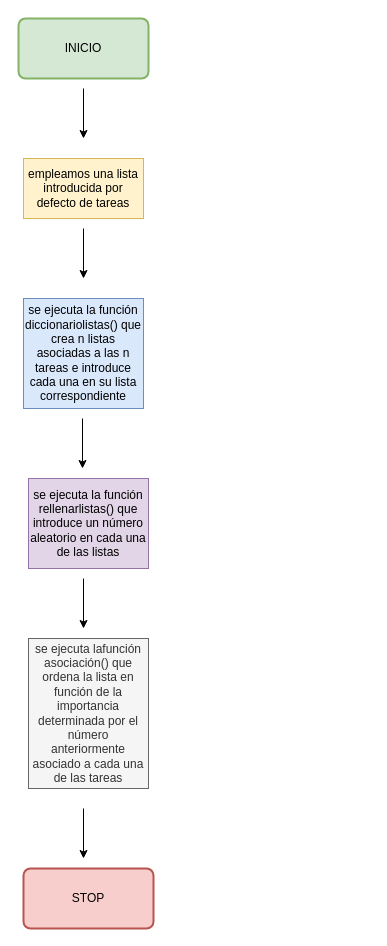
Earlier version of the draw.io diagram flowcharts/Ejer2Flowchart.drawio (jmedina28/EjerciciosOrdenar). Source tidied: cells renumbered, new cells numbered last; positions are measured from the earlier drawing's top-left corner, leaving out a move shared by most shapes. Both pictures are drawn from the tidied source at 100%, with x=0, y=0 at pixel (18, 18).
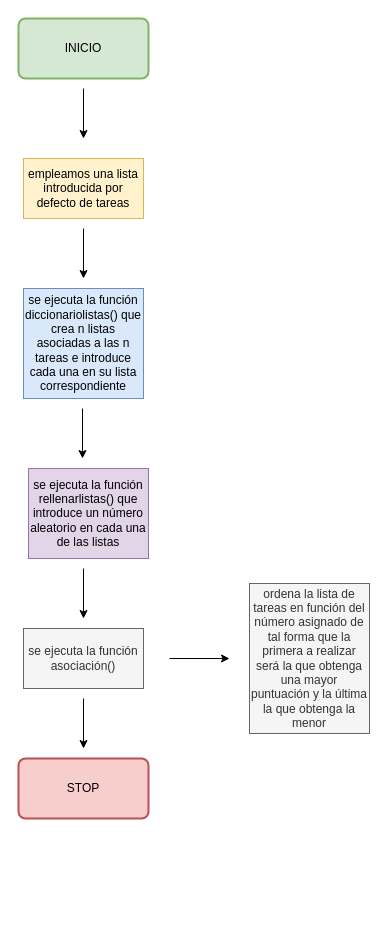
The same page after the edit.

The edit, as a diff of the source:
```diff
@@
     <mxCell id="6" style="endArrow=classic;html=1;rounded=0;" parent="1" edge="1">
       <mxGeometry relative="1" as="geometry">
-        <mxPoint x="64" y="400" as="sourcePoint" />
-        <mxPoint x="64" y="450" as="targetPoint" />
+        <mxPoint x="64" y="390" as="sourcePoint" />
+        <mxPoint x="64" y="440" as="targetPoint" />
       </mxGeometry>
     </mxCell>
     <mxCell id="7" value="se ejecuta la función diccionariolistas() que crea n listas asociadas a las n tareas e introduce cada una en su lista correspondiente" style="rounded=0;whiteSpace=wrap;html=1;fillColor=#dae8fc;strokeColor=#6c8ebf;" parent="1" vertex="1">
-      <mxGeometry x="5" y="280" width="120" height="110" as="geometry" />
+      <mxGeometry x="5" y="270" width="120" height="110" as="geometry" />
     </mxCell>
     <mxCell id="8" value="se ejecuta la función rellenarlistas() que introduce un número aleatorio en cada una de las listas" style="rounded=0;whiteSpace=wrap;html=1;fillColor=#e1d5e7;strokeColor=#9673a6;" parent="1" vertex="1">
-      <mxGeometry x="10" y="460" width="120" height="90" as="geometry" />
+      <mxGeometry x="10" y="450" width="120" height="90" as="geometry" />
     </mxCell>
     <mxCell id="9" value="STOP" style="rounded=1;whiteSpace=wrap;html=1;absoluteArcSize=1;arcSize=14;strokeWidth=2;fillColor=#f8cecc;strokeColor=#b85450;" parent="1" vertex="1">
-      <mxGeometry x="5" y="850" width="130" height="60" as="geometry" />
+      <mxGeometry y="740" width="130" height="60" as="geometry" />
     </mxCell>
     <mxCell id="10" style="endArrow=classic;html=1;rounded=0;" parent="1" edge="1">
       <mxGeometry relative="1" as="geometry">
-        <mxPoint x="65" y="560" as="sourcePoint" />
-        <mxPoint x="65" y="610" as="targetPoint" />
+        <mxPoint x="65" y="550" as="sourcePoint" />
+        <mxPoint x="65" y="600" as="targetPoint" />
       </mxGeometry>
     </mxCell>
-    <mxCell id="11" value="se ejecuta lafunción asociación() que ordena la lista en función de la importancia determinada por el número anteriormente asociado a cada una de las tareas" style="rounded=0;whiteSpace=wrap;html=1;fillColor=#f5f5f5;strokeColor=#666666;fontColor=#333333;" parent="1" vertex="1">
-      <mxGeometry x="10" y="620" width="120" height="150" as="geometry" />
+    <mxCell id="11" value="se ejecuta la función asociación()" style="rounded=0;whiteSpace=wrap;html=1;fillColor=#f5f5f5;strokeColor=#666666;fontColor=#333333;" parent="1" vertex="1">
+      <mxGeometry x="5" y="610" width="120" height="60" as="geometry" />
     </mxCell>
     <mxCell id="12" style="endArrow=classic;html=1;rounded=0;" parent="1" edge="1">
       <mxGeometry relative="1" as="geometry">
-        <mxPoint x="65" y="790" as="sourcePoint" />
-        <mxPoint x="65" y="840" as="targetPoint" />
+        <mxPoint x="65" y="680" as="sourcePoint" />
+        <mxPoint x="65" y="730" as="targetPoint" />
       </mxGeometry>
     </mxCell>
+    <mxCell id="13" value="ordena la lista de tareas en función del número asignado de tal forma que la primera a realizar será la que obtenga una mayor puntuación y la última la que obtenga la menor" style="rounded=0;whiteSpace=wrap;html=1;fillColor=#f5f5f5;strokeColor=#666666;fontColor=#333333;" parent="1" vertex="1">
+      <mxGeometry x="231" y="565" width="120" height="150" as="geometry" />
+    </mxCell>
+    <mxCell id="14" style="endArrow=classic;html=1;rounded=0;" parent="1" edge="1">
+      <mxGeometry relative="1" as="geometry">
+        <mxPoint x="151" y="640" as="sourcePoint" />
+        <mxPoint x="211" y="640" as="targetPoint" />
+      </mxGeometry>
+    </mxCell>
```
